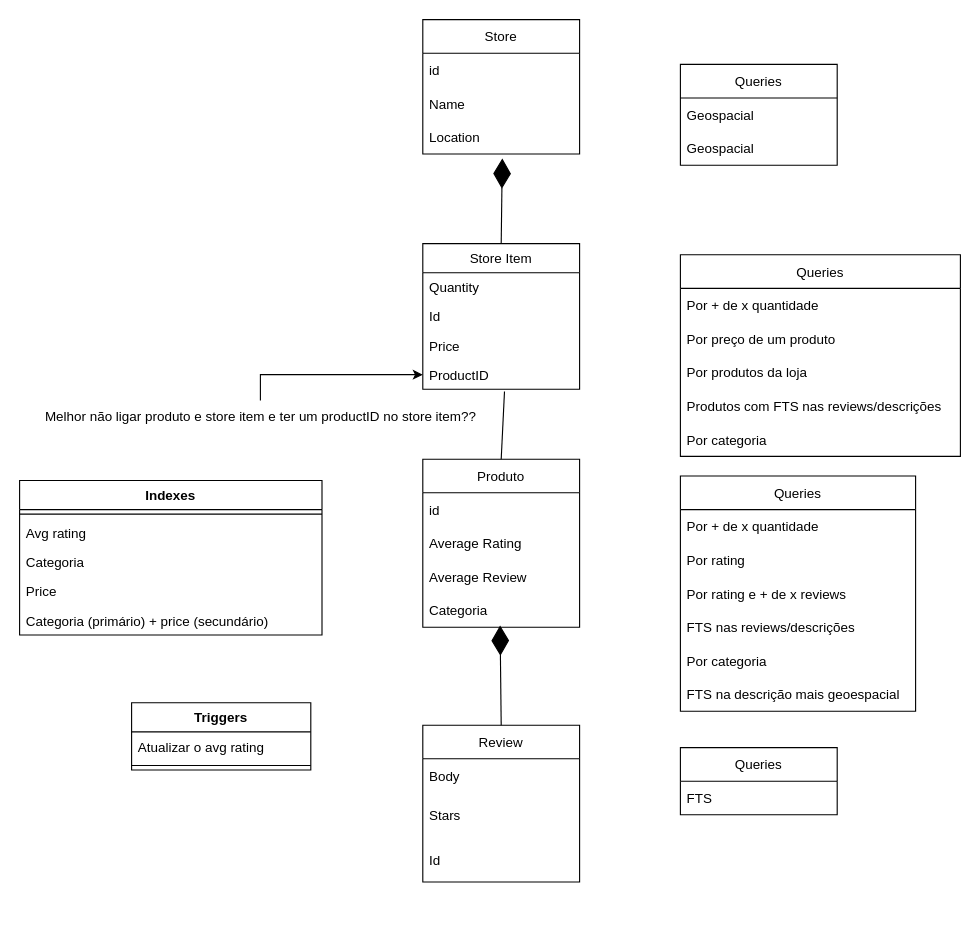
Above: Diagrama sem nome.drawio in francisco-rente/FEUP-BDNR (draw.io), before the change. Source tidied: cells renumbered, new cells numbered last; positions are measured from the earlier drawing's top-left corner, leaving out a move shared by most shapes. Both pictures are drawn from the tidied source at 112%, with x=0, y=0 at pixel (19, 19).
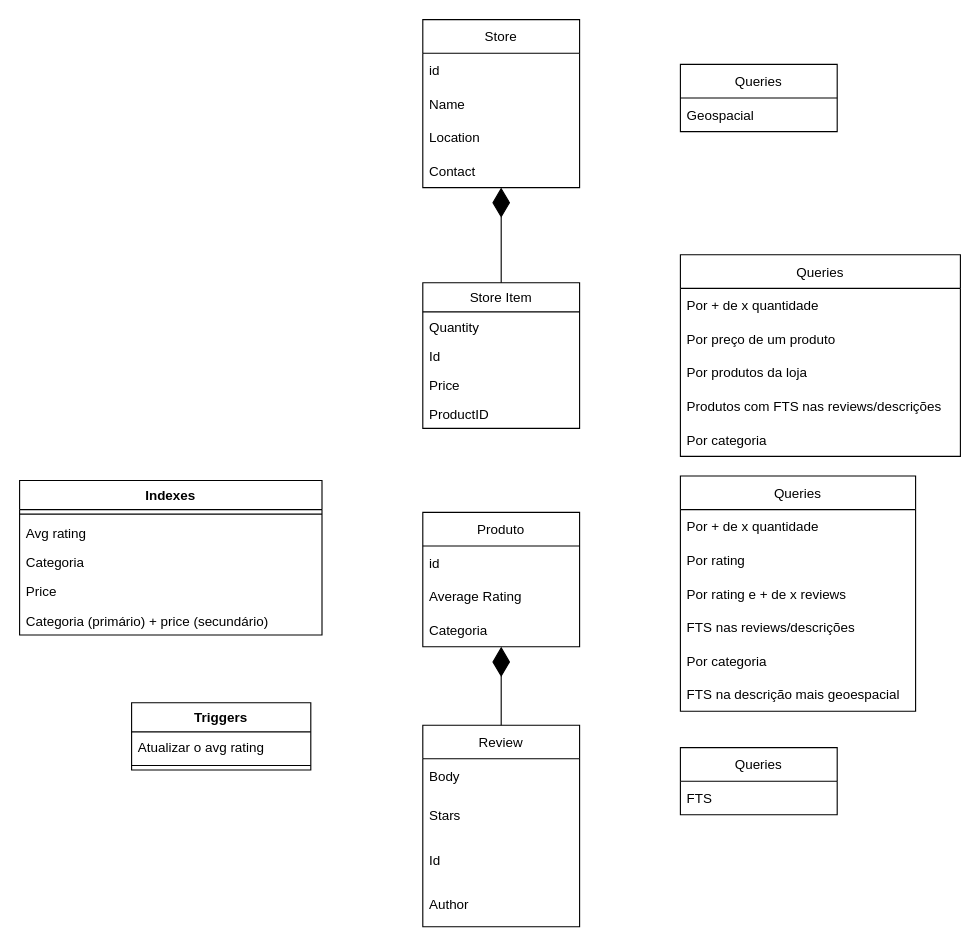
Above is the later version.

Commit message:
Alterações feitas na aula

Unchanged cells that the change refers to:
```xml
<mxCell id="5" value="Location" style="text;strokeColor=none;fillColor=none;align=left;verticalAlign=middle;spacingLeft=4;spacingRight=4;overflow=hidden;points=[[0,0.5],[1,0.5]];portConstraint=eastwest;" parent="2" vertex="1">
  <mxGeometry y="90" width="140" height="30" as="geometry" />
</mxCell>
<mxCell id="20" value="ProductID" style="text;strokeColor=none;fillColor=none;align=left;verticalAlign=top;spacingLeft=4;spacingRight=4;overflow=hidden;points=[[0,0.5],[1,0.5]];portConstraint=eastwest;" parent="16" vertex="1">
  <mxGeometry y="104" width="140" height="26" as="geometry" />
</mxCell>
```

The edit, as a diff of the source:
```diff
@@
     <mxCell id="2" value="Store" style="swimlane;fontStyle=0;horizontal=1;startSize=30;" parent="1" vertex="1">
-      <mxGeometry x="360" width="140" height="120" as="geometry" />
+      <mxGeometry x="360" width="140" height="150" as="geometry" />
     </mxCell>
@@
+    <mxCell id="52" value="Contact" style="text;strokeColor=none;fillColor=none;align=left;verticalAlign=middle;spacingLeft=4;spacingRight=4;overflow=hidden;" parent="2" vertex="1">
+      <mxGeometry y="120" width="140" height="30" as="geometry" />
+    </mxCell>
     <mxCell id="6" value="Produto" style="swimlane;fontStyle=0;horizontal=1;startSize=30;" parent="1" vertex="1">
-      <mxGeometry x="360" y="392.5" width="140" height="150" as="geometry" />
+      <mxGeometry x="360" y="440" width="140" height="120" as="geometry" />
     </mxCell>
@@
-    <mxCell id="9" value="Average Review" style="text;strokeColor=none;fillColor=none;align=left;verticalAlign=middle;spacingLeft=4;spacingRight=4;overflow=hidden;" parent="6" vertex="1">
-      <mxGeometry y="90" width="140" height="30" as="geometry" />
-    </mxCell>
     <mxCell id="10" value="Categoria" style="text;strokeColor=none;fillColor=none;align=left;verticalAlign=middle;spacingLeft=4;spacingRight=4;overflow=hidden;" parent="6" vertex="1">
-      <mxGeometry y="120" width="140" height="30" as="geometry" />
+      <mxGeometry y="90" width="140" height="30" as="geometry" />
     </mxCell>
     <mxCell id="11" value="Review" style="swimlane;fontStyle=0;horizontal=1;startSize=30;" parent="1" vertex="1">
-      <mxGeometry x="360" y="630" width="140" height="140" as="geometry" />
+      <mxGeometry x="360" y="630" width="140" height="180" as="geometry" />
     </mxCell>
@@
+    <mxCell id="53" value="Author" style="text;strokeColor=none;fillColor=none;align=left;verticalAlign=middle;spacingLeft=4;spacingRight=4;overflow=hidden;" parent="11" vertex="1">
+      <mxGeometry y="140" width="140" height="40" as="geometry" />
+    </mxCell>
-    <mxCell id="15" style="endArrow=diamondThin;endFill=1;endSize=24;html=1;rounded=0;exitX=0.5;exitY=0;exitDx=0;exitDy=0;entryX=0.493;entryY=1.033;entryDx=0;entryDy=0;entryPerimeter=0;" parent="1" edge="1" source="11">
+    <mxCell id="15" style="endArrow=diamondThin;endFill=1;endSize=24;html=1;rounded=0;exitX=0.5;exitY=0;exitDx=0;exitDy=0;" parent="1" edge="1" source="11">
       <mxGeometry relative="1" as="geometry">
-        <mxPoint x="429" y="541" as="targetPoint" />
+        <mxPoint x="430" y="560" as="targetPoint" />
       </mxGeometry>
     </mxCell>
     <mxCell id="16" value="Store Item" style="swimlane;fontStyle=0;horizontal=1;startSize=26;fillColor=none;" parent="1" vertex="1">
-      <mxGeometry x="360" y="200" width="140" height="130" as="geometry" />
+      <mxGeometry x="360" y="235" width="140" height="130" as="geometry" />
     </mxCell>
@@
-    <mxCell id="21" style="endArrow=none;html=1;rounded=0;exitX=0.5;exitY=0;exitDx=0;exitDy=0;entryX=0.521;entryY=1.077;entryDx=0;entryDy=0;entryPerimeter=0;" parent="1" edge="1" source="6" target="20">
-      <mxGeometry relative="1" as="geometry" />
-    </mxCell>
-    <mxCell id="22" style="endArrow=diamondThin;endFill=1;endSize=24;html=1;rounded=0;exitX=0.5;exitY=0;exitDx=0;exitDy=0;entryX=0.507;entryY=1.133;entryDx=0;entryDy=0;entryPerimeter=0;" parent="1" edge="1" source="16" target="5">
-      <mxGeometry relative="1" as="geometry" />
+    <mxCell id="22" style="endArrow=diamondThin;endFill=1;endSize=24;html=1;rounded=0;exitX=0.5;exitY=0;exitDx=0;exitDy=0;" parent="1" edge="1" source="16">
+      <mxGeometry relative="1" as="geometry">
+        <mxPoint x="430" y="150" as="targetPoint" />
+      </mxGeometry>
     </mxCell>
     <mxCell id="23" value="Queries" style="swimlane;fontStyle=0;horizontal=1;startSize=30;" parent="1" vertex="1">
-      <mxGeometry x="590" y="40" width="140" height="90" as="geometry" />
+      <mxGeometry x="590" y="40" width="140" height="60" as="geometry" />
     </mxCell>
@@
-    <mxCell id="25" value="Geospacial" style="text;strokeColor=none;fillColor=none;align=left;verticalAlign=middle;spacingLeft=4;spacingRight=4;overflow=hidden;" parent="23" vertex="1">
-      <mxGeometry y="60" width="140" height="30" as="geometry" />
-    </mxCell>
-    <mxCell id="26" style="edgeStyle=orthogonalEdgeStyle;rounded=0;jettySize=auto;html=1;" parent="1" edge="1" source="27" target="20">
-      <mxGeometry relative="1" as="geometry" />
-    </mxCell>
-    <mxCell id="27" value="Melhor não ligar produto e store item e ter um productID no store item??" style="text;html=1;align=center;verticalAlign=middle;points=[];strokeColor=none;fillColor=none;" parent="1" vertex="1">
-      <mxGeometry x="10" y="340" width="410" height="30" as="geometry" />
-    </mxCell>
```
